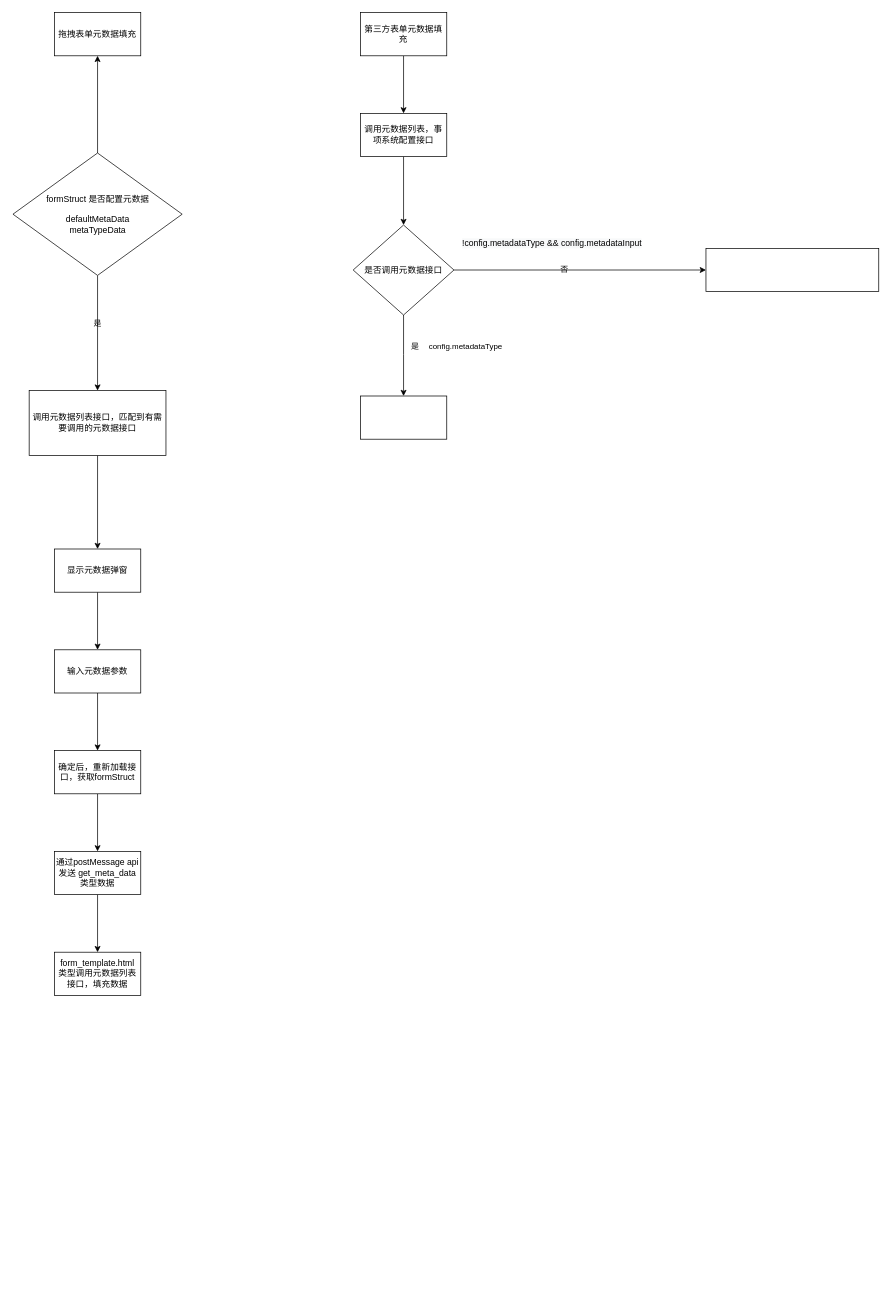
The draw.io diagram page "Page-1" (1 of 2) of Untitled Diagram.drawio in zhongs/zhongs.github.io, before the edit. Source tidied: cells renumbered, new cells numbered last; positions are measured from the earlier drawing's top-left corner, leaving out a move shared by most shapes. Both pictures are drawn from the tidied source at 72%, with x=0, y=0 at pixel (13, 12).
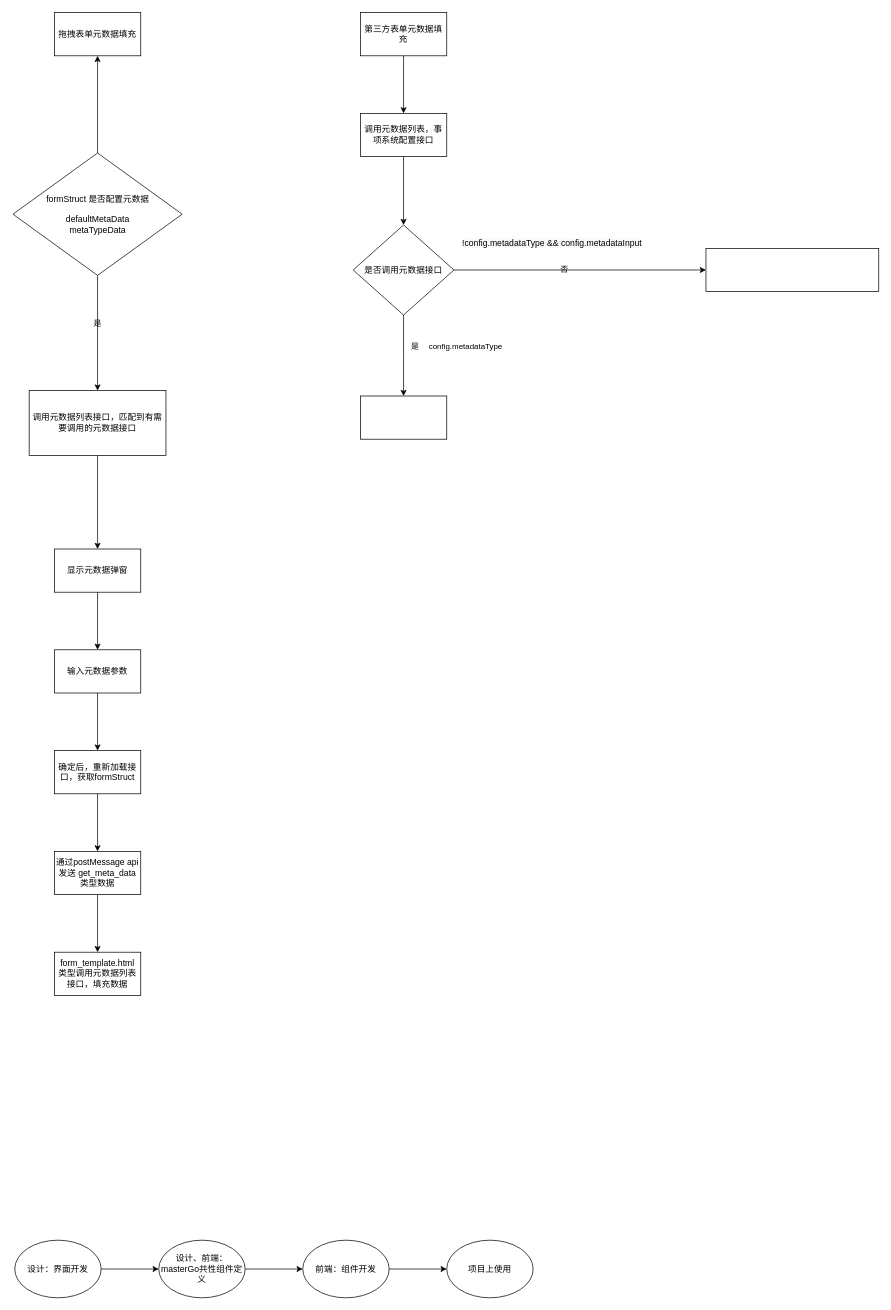
After the change.

What changed in the source:
```diff
@@
+    <mxCell id="31" style="edgeStyle=orthogonalEdgeStyle;rounded=0;jettySize=auto;html=1;" parent="1" edge="1" source="32" target="34">
+      <mxGeometry relative="1" as="geometry" />
+    </mxCell>
+    <mxCell id="32" value="设计：界面开发" style="ellipse;whiteSpace=wrap;html=1;" parent="1" vertex="1">
+      <mxGeometry x="2" y="1705" width="120" height="80" as="geometry" />
+    </mxCell>
+    <mxCell id="33" style="edgeStyle=orthogonalEdgeStyle;rounded=0;jettySize=auto;html=1;" parent="1" edge="1" source="34" target="36">
+      <mxGeometry relative="1" as="geometry" />
+    </mxCell>
+    <mxCell id="34" value="设计、前端：masterGo共性组件定义" style="ellipse;whiteSpace=wrap;html=1;" parent="1" vertex="1">
+      <mxGeometry x="202" y="1705" width="120" height="80" as="geometry" />
+    </mxCell>
+    <mxCell id="35" style="edgeStyle=orthogonalEdgeStyle;rounded=0;jettySize=auto;html=1;" parent="1" edge="1" source="36" target="37">
+      <mxGeometry relative="1" as="geometry" />
+    </mxCell>
+    <mxCell id="36" value="前端：组件开发" style="ellipse;whiteSpace=wrap;html=1;" parent="1" vertex="1">
+      <mxGeometry x="402" y="1705" width="120" height="80" as="geometry" />
+    </mxCell>
+    <mxCell id="37" value="项目上使用" style="ellipse;whiteSpace=wrap;html=1;" parent="1" vertex="1">
+      <mxGeometry x="602" y="1705" width="120" height="80" as="geometry" />
+    </mxCell>
```
